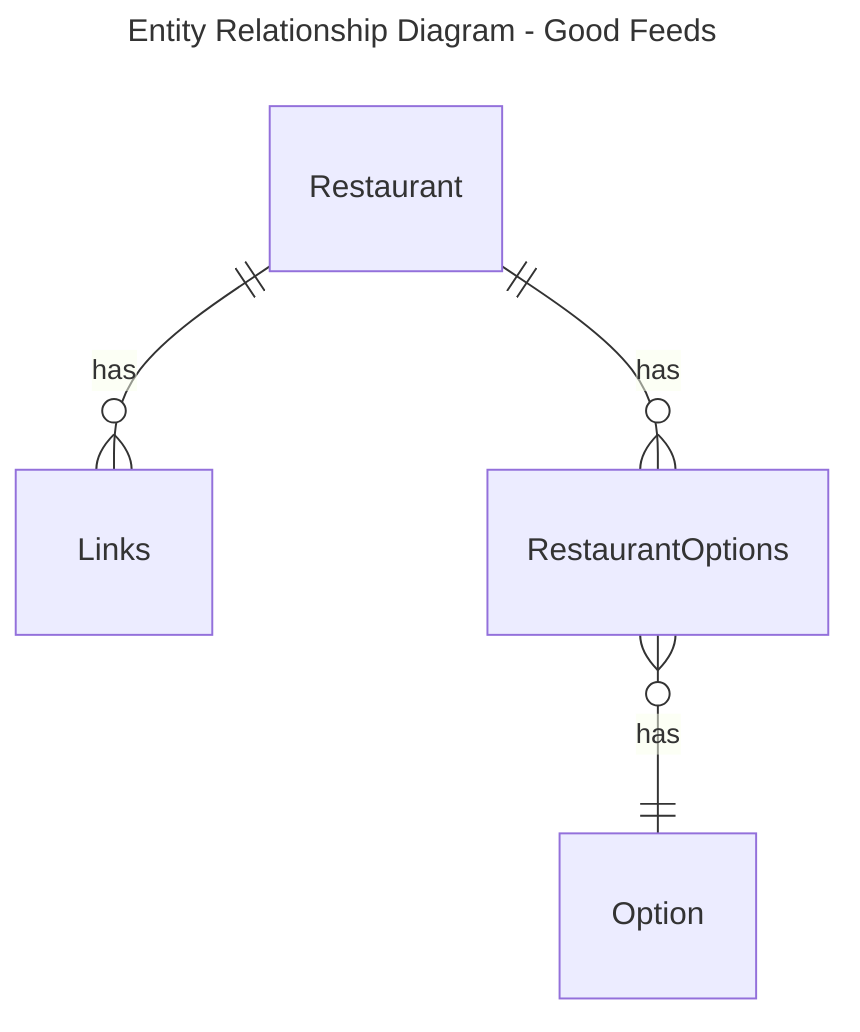
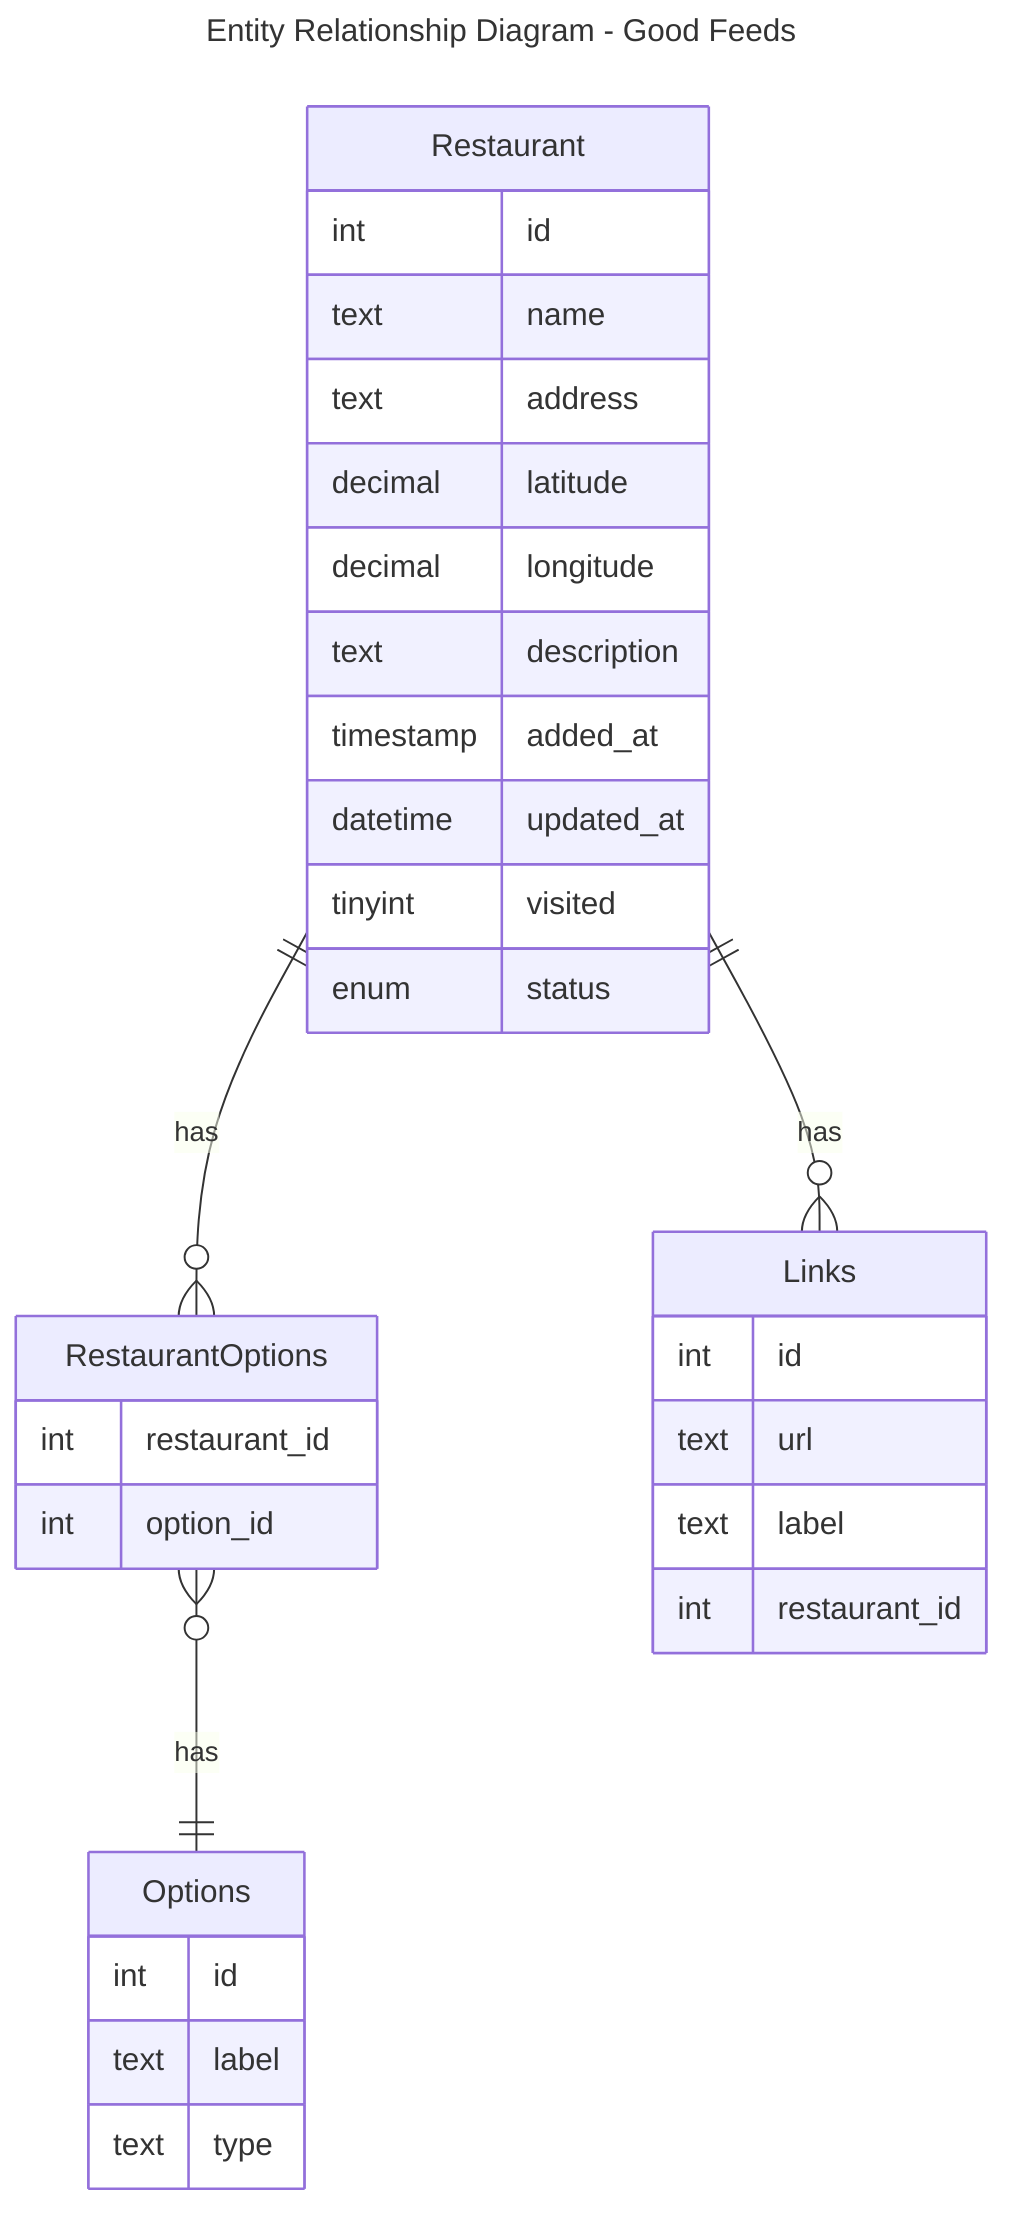
---
title: Entity Relationship Diagram - Good Feeds
---
erDiagram
+     Restaurant {
+         int id
+         text name
+         text address
+         decimal latitude
+         decimal longitude
+         text description
+         timestamp added_at
+         datetime updated_at
+         tinyint visited
+         enum status
+     }
+ 
+     RestaurantOptions {
+         int restaurant_id
+         int option_id
+     }
+ 
+     Options {
+         int id
+         text label
+         text type
+     }
+ 
+     Links {
+         int id
+         text url
+         text label
+         int restaurant_id
+     }
+ 
    Restaurant ||--o{ Links : has
    Restaurant ||--o{ RestaurantOptions : has
-     RestaurantOptions }o--|| Option : has
+     RestaurantOptions }o--|| Options : has